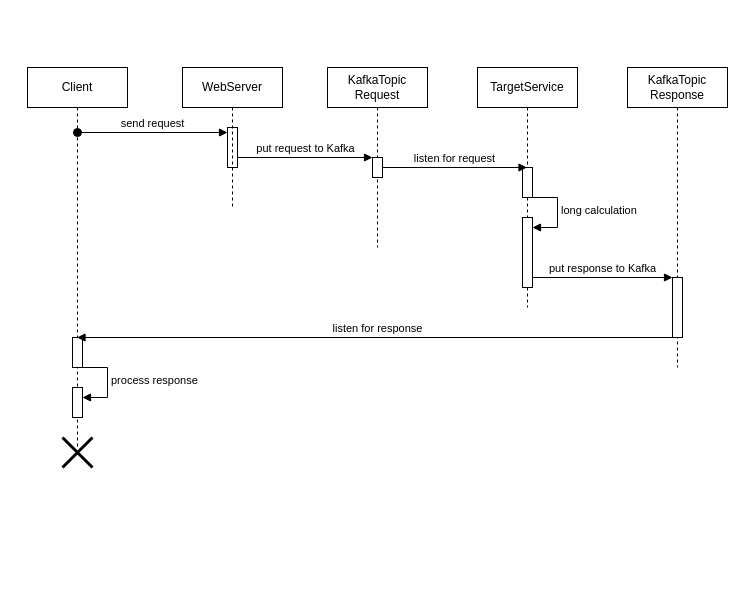
yuriyweiss/reactive-multithreading keeps this draw.io diagram as doc/processing-schema.drawio. Above is the earlier version. Source tidied: cells renumbered, new cells numbered last; positions are measured from the earlier drawing's top-left corner, leaving out a move shared by most shapes. Both pictures are drawn from the tidied source at 100%, with x=0, y=0 at pixel (27, 67).
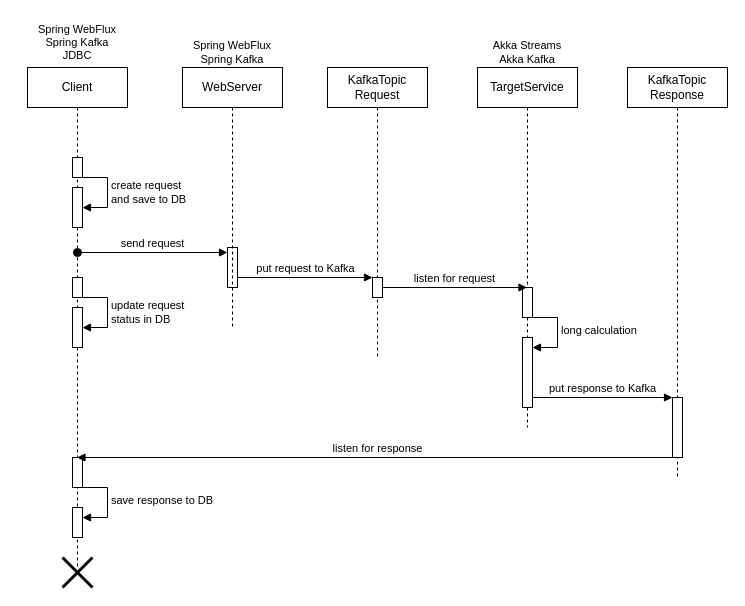
After the change.

Commit message (it also covers changes not shown here):
change processing schema

Change to the diagram source:
```diff
@@
     <mxCell id="2" value="Client" style="shape=umlLifeline;perimeter=lifelinePerimeter;whiteSpace=wrap;html=1;outlineConnect=0;portConstraint=eastwest;newEdgeStyle={&quot;curved&quot;:0,&quot;rounded&quot;:0};" parent="1" vertex="1">
-      <mxGeometry width="100" height="380" as="geometry" />
+      <mxGeometry width="100" height="500" as="geometry" />
     </mxCell>
     <mxCell id="3" style="html=1;perimeter=orthogonalPerimeter;targetShapes=umlLifeline;newEdgeStyle={&quot;curved&quot;:0,&quot;rounded&quot;:0};" parent="2" vertex="1">
-      <mxGeometry x="45" y="270" width="10" height="30" as="geometry" />
+      <mxGeometry x="45" y="390" width="10" height="30" as="geometry" />
     </mxCell>
     <mxCell id="4" style="html=1;points=[[0,0,0,0,5],[0,1,0,0,-5],[1,0,0,0,5],[1,1,0,0,-5]];perimeter=orthogonalPerimeter;outlineConnect=0;targetShapes=umlLifeline;portConstraint=eastwest;newEdgeStyle={&quot;curved&quot;:0,&quot;rounded&quot;:0};" parent="2" vertex="1">
-      <mxGeometry x="45" y="320" width="10" height="30" as="geometry" />
+      <mxGeometry x="45" y="440" width="10" height="30" as="geometry" />
     </mxCell>
-    <mxCell id="5" value="process response" style="html=1;align=left;spacingLeft=2;endArrow=block;rounded=0;edgeStyle=orthogonalEdgeStyle;curved=0;rounded=0;" parent="2" edge="1" target="4">
+    <mxCell id="5" value="save response to DB" style="html=1;align=left;spacingLeft=2;endArrow=block;rounded=0;edgeStyle=orthogonalEdgeStyle;curved=0;rounded=0;" parent="2" edge="1" target="4">
       <mxGeometry relative="1" as="geometry">
-        <mxPoint x="50" y="300" as="sourcePoint" />
+        <mxPoint x="50" y="420" as="sourcePoint" />
         <Array as="points">
-          <mxPoint x="80" y="330" />
+          <mxPoint x="80" y="450" />
         </Array>
       </mxGeometry>
     </mxCell>
+    <mxCell id="22" style="html=1;points=[[0,0,0,0,5],[0,1,0,0,-5],[1,0,0,0,5],[1,1,0,0,-5]];perimeter=orthogonalPerimeter;outlineConnect=0;targetShapes=umlLifeline;portConstraint=eastwest;newEdgeStyle={&quot;curved&quot;:0,&quot;rounded&quot;:0};" parent="2" vertex="1">
+      <mxGeometry x="45" y="120" width="10" height="40" as="geometry" />
+    </mxCell>
+    <mxCell id="23" value="create request&lt;br&gt;and save to DB" style="html=1;align=left;spacingLeft=2;endArrow=block;rounded=0;edgeStyle=orthogonalEdgeStyle;curved=0;rounded=0;" parent="2" edge="1" source="24" target="22">
+      <mxGeometry relative="1" as="geometry">
+        <Array as="points">
+          <mxPoint x="80" y="110" />
+        </Array>
+      </mxGeometry>
+    </mxCell>
+    <mxCell id="24" style="html=1;points=[[0,0,0,0,5],[0,1,0,0,-5],[1,0,0,0,5],[1,1,0,0,-5]];perimeter=orthogonalPerimeter;outlineConnect=0;targetShapes=umlLifeline;portConstraint=eastwest;newEdgeStyle={&quot;curved&quot;:0,&quot;rounded&quot;:0};" parent="2" vertex="1">
+      <mxGeometry x="45" y="90" width="10" height="20" as="geometry" />
+    </mxCell>
+    <mxCell id="25" style="html=1;points=[[0,0,0,0,5],[0,1,0,0,-5],[1,0,0,0,5],[1,1,0,0,-5]];perimeter=orthogonalPerimeter;outlineConnect=0;targetShapes=umlLifeline;portConstraint=eastwest;newEdgeStyle={&quot;curved&quot;:0,&quot;rounded&quot;:0};" parent="2" vertex="1">
+      <mxGeometry x="45" y="240" width="10" height="40" as="geometry" />
+    </mxCell>
+    <mxCell id="26" value="update request&lt;br&gt;status in DB" style="html=1;align=left;spacingLeft=2;endArrow=block;rounded=0;edgeStyle=orthogonalEdgeStyle;curved=0;rounded=0;" parent="2" edge="1" source="27" target="25">
+      <mxGeometry relative="1" as="geometry">
+        <Array as="points">
+          <mxPoint x="80" y="230" />
+        </Array>
+      </mxGeometry>
+    </mxCell>
+    <mxCell id="27" style="html=1;points=[[0,0,0,0,5],[0,1,0,0,-5],[1,0,0,0,5],[1,1,0,0,-5]];perimeter=orthogonalPerimeter;outlineConnect=0;targetShapes=umlLifeline;portConstraint=eastwest;newEdgeStyle={&quot;curved&quot;:0,&quot;rounded&quot;:0};" parent="2" vertex="1">
+      <mxGeometry x="45" y="210" width="10" height="20" as="geometry" />
+    </mxCell>
     <mxCell id="6" style="html=1;points=[[0,0,0,0,5],[0,1,0,0,-5],[1,0,0,0,5],[1,1,0,0,-5]];perimeter=orthogonalPerimeter;outlineConnect=0;targetShapes=umlLifeline;portConstraint=eastwest;newEdgeStyle={&quot;curved&quot;:0,&quot;rounded&quot;:0};" parent="1" vertex="1">
-      <mxGeometry x="200" y="60" width="10" height="40" as="geometry" />
+      <mxGeometry x="200" y="180" width="10" height="40" as="geometry" />
     </mxCell>
     <mxCell id="7" value="send request" style="html=1;verticalAlign=bottom;startArrow=oval;endArrow=block;startSize=8;curved=0;rounded=0;entryX=0;entryY=0;entryDx=0;entryDy=5;" parent="1" edge="1" target="6">
       <mxGeometry relative="1" as="geometry">
-        <mxPoint x="50" y="65" as="sourcePoint" />
+        <mxPoint x="50" y="185" as="sourcePoint" />
       </mxGeometry>
     </mxCell>
     <mxCell id="8" value="WebServer" style="shape=umlLifeline;perimeter=lifelinePerimeter;whiteSpace=wrap;html=1;newEdgeStyle={&quot;curved&quot;:0,&quot;rounded&quot;:0};" parent="1" vertex="1">
-      <mxGeometry x="155" width="100" height="140" as="geometry" />
+      <mxGeometry x="155" width="100" height="260" as="geometry" />
     </mxCell>
     <mxCell id="9" value="put request to Kafka" style="html=1;verticalAlign=bottom;endArrow=block;curved=0;rounded=0;" parent="1" edge="1" target="11">
       <mxGeometry relative="1" as="geometry">
-        <mxPoint x="210" y="90" as="sourcePoint" />
+        <mxPoint x="210" y="210" as="sourcePoint" />
       </mxGeometry>
     </mxCell>
     <mxCell id="10" value="KafkaTopic&lt;br&gt;Request" style="shape=umlLifeline;perimeter=lifelinePerimeter;whiteSpace=wrap;html=1;newEdgeStyle={&quot;curved&quot;:0,&quot;rounded&quot;:0};" parent="1" vertex="1">
-      <mxGeometry x="300" width="100" height="180" as="geometry" />
+      <mxGeometry x="300" width="100" height="290" as="geometry" />
     </mxCell>
     <mxCell id="11" style="html=1;points=[[0,0,0,0,5],[0,1,0,0,-5],[1,0,0,0,5],[1,1,0,0,-5]];perimeter=orthogonalPerimeter;outlineConnect=0;targetShapes=umlLifeline;portConstraint=eastwest;newEdgeStyle={&quot;curved&quot;:0,&quot;rounded&quot;:0};" parent="10" vertex="1">
-      <mxGeometry x="45" y="90" width="10" height="20" as="geometry" />
+      <mxGeometry x="45" y="210" width="10" height="20" as="geometry" />
     </mxCell>
     <mxCell id="12" value="KafkaTopic&lt;br&gt;Response" style="shape=umlLifeline;perimeter=lifelinePerimeter;whiteSpace=wrap;html=1;newEdgeStyle={&quot;curved&quot;:0,&quot;rounded&quot;:0};" parent="1" vertex="1">
-      <mxGeometry x="600" width="100" height="300" as="geometry" />
+      <mxGeometry x="600" width="100" height="410" as="geometry" />
     </mxCell>
     <mxCell id="13" style="html=1;points=[[0,0,0,0,5],[0,1,0,0,-5],[1,0,0,0,5],[1,1,0,0,-5]];perimeter=orthogonalPerimeter;outlineConnect=0;targetShapes=umlLifeline;portConstraint=eastwest;newEdgeStyle={&quot;curved&quot;:0,&quot;rounded&quot;:0};" parent="12" vertex="1">
-      <mxGeometry x="45" y="210" width="10" height="60" as="geometry" />
+      <mxGeometry x="45" y="330" width="10" height="60" as="geometry" />
     </mxCell>
     <mxCell id="14" value="TargetService" style="shape=umlLifeline;perimeter=lifelinePerimeter;whiteSpace=wrap;html=1;outlineConnect=0;portConstraint=eastwest;newEdgeStyle={&quot;curved&quot;:0,&quot;rounded&quot;:0};" parent="1" vertex="1">
-      <mxGeometry x="450" width="100" height="240" as="geometry" />
+      <mxGeometry x="450" width="100" height="360" as="geometry" />
     </mxCell>
     <mxCell id="15" style="html=1;perimeter=orthogonalPerimeter;targetShapes=umlLifeline;newEdgeStyle={&quot;curved&quot;:0,&quot;rounded&quot;:0};" parent="14" vertex="1">
-      <mxGeometry x="45" y="100" width="10" height="30" as="geometry" />
+      <mxGeometry x="45" y="220" width="10" height="30" as="geometry" />
     </mxCell>
     <mxCell id="16" style="html=1;points=[[0,0,0,0,5],[0,1,0,0,-5],[1,0,0,0,5],[1,1,0,0,-5]];perimeter=orthogonalPerimeter;outlineConnect=0;targetShapes=umlLifeline;portConstraint=eastwest;newEdgeStyle={&quot;curved&quot;:0,&quot;rounded&quot;:0};" parent="14" vertex="1">
-      <mxGeometry x="45" y="150" width="10" height="70" as="geometry" />
+      <mxGeometry x="45" y="270" width="10" height="70" as="geometry" />
     </mxCell>
     <mxCell id="17" value="long calculation" style="html=1;align=left;spacingLeft=2;endArrow=block;rounded=0;edgeStyle=orthogonalEdgeStyle;curved=0;rounded=0;" parent="14" edge="1" target="16">
       <mxGeometry relative="1" as="geometry">
-        <mxPoint x="50" y="130" as="sourcePoint" />
+        <mxPoint x="50" y="250" as="sourcePoint" />
         <Array as="points">
-          <mxPoint x="80" y="160" />
+          <mxPoint x="80" y="280" />
         </Array>
       </mxGeometry>
     </mxCell>
-    <mxCell id="18" value="listen for request" style="html=1;verticalAlign=bottom;endArrow=block;curved=0;rounded=0;" parent="1" edge="1" source="11" target="14">
-      <mxGeometry relative="1" as="geometry" />
+    <mxCell id="18" value="listen for request" style="html=1;verticalAlign=bottom;endArrow=block;curved=0;rounded=0;" parent="1" edge="1" source="11">
+      <mxGeometry relative="1" as="geometry">
+        <mxPoint x="499.5" y="220" as="targetPoint" />
+      </mxGeometry>
     </mxCell>
@@
-    <mxCell id="20" value="listen for response" style="html=1;verticalAlign=bottom;endArrow=block;curved=0;rounded=0;" parent="1" edge="1" target="2">
+    <mxCell id="20" value="listen for response" style="html=1;verticalAlign=bottom;endArrow=block;curved=0;rounded=0;" parent="1" edge="1">
       <mxGeometry relative="1" as="geometry">
-        <mxPoint x="650" y="270" as="sourcePoint" />
+        <mxPoint x="650" y="390" as="sourcePoint" />
+        <mxPoint x="49.5" y="390" as="targetPoint" />
       </mxGeometry>
     </mxCell>
     <mxCell id="21" style="shape=umlDestroy;whiteSpace=wrap;html=1;strokeWidth=3;targetShapes=umlLifeline;" parent="1" vertex="1">
-      <mxGeometry x="35" y="370" width="30" height="30" as="geometry" />
+      <mxGeometry x="35" y="490" width="30" height="30" as="geometry" />
     </mxCell>
+    <mxCell id="28" value="Spring WebFlux&lt;br&gt;Spring Kafka" style="text;html=1;strokeColor=none;fillColor=none;align=center;verticalAlign=middle;whiteSpace=wrap;rounded=0;fontSize=11;" parent="1" vertex="1">
+      <mxGeometry x="145" y="-30" width="120" height="30" as="geometry" />
+    </mxCell>
+    <mxCell id="29" value="Akka Streams&lt;br&gt;Akka Kafka" style="text;html=1;strokeColor=none;fillColor=none;align=center;verticalAlign=middle;whiteSpace=wrap;rounded=0;fontSize=11;" parent="1" vertex="1">
+      <mxGeometry x="440" y="-30" width="120" height="30" as="geometry" />
+    </mxCell>
+    <mxCell id="30" value="Spring WebFlux&lt;br&gt;Spring Kafka&lt;br&gt;JDBC" style="text;html=1;strokeColor=none;fillColor=none;align=center;verticalAlign=middle;whiteSpace=wrap;rounded=0;fontSize=11;" parent="1" vertex="1">
+      <mxGeometry x="-10" y="-50" width="120" height="50" as="geometry" />
+    </mxCell>
```
